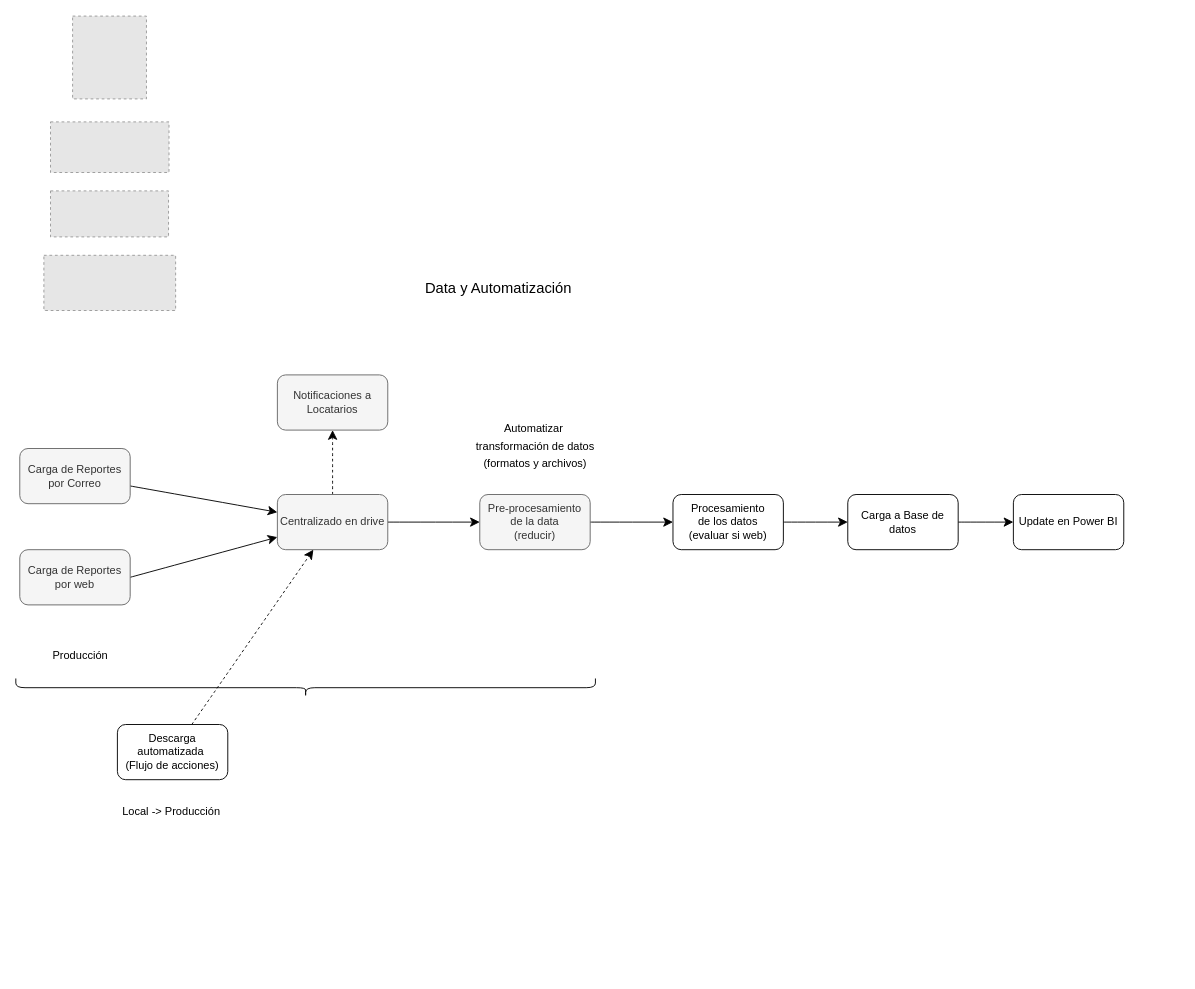
germanhyt/001_architect_projects keeps this draw.io diagram as Diagrama sin título.drawio. Above is the earlier version. Source tidied: cells renumbered, new cells numbered last; positions are measured from the earlier drawing's top-left corner, leaving out a move shared by most shapes. Both pictures are drawn from the tidied source at 92%, with x=0, y=0 at pixel (19, 16). Pictures stored in the file or linked from it are replaced by grey dashed boxes.
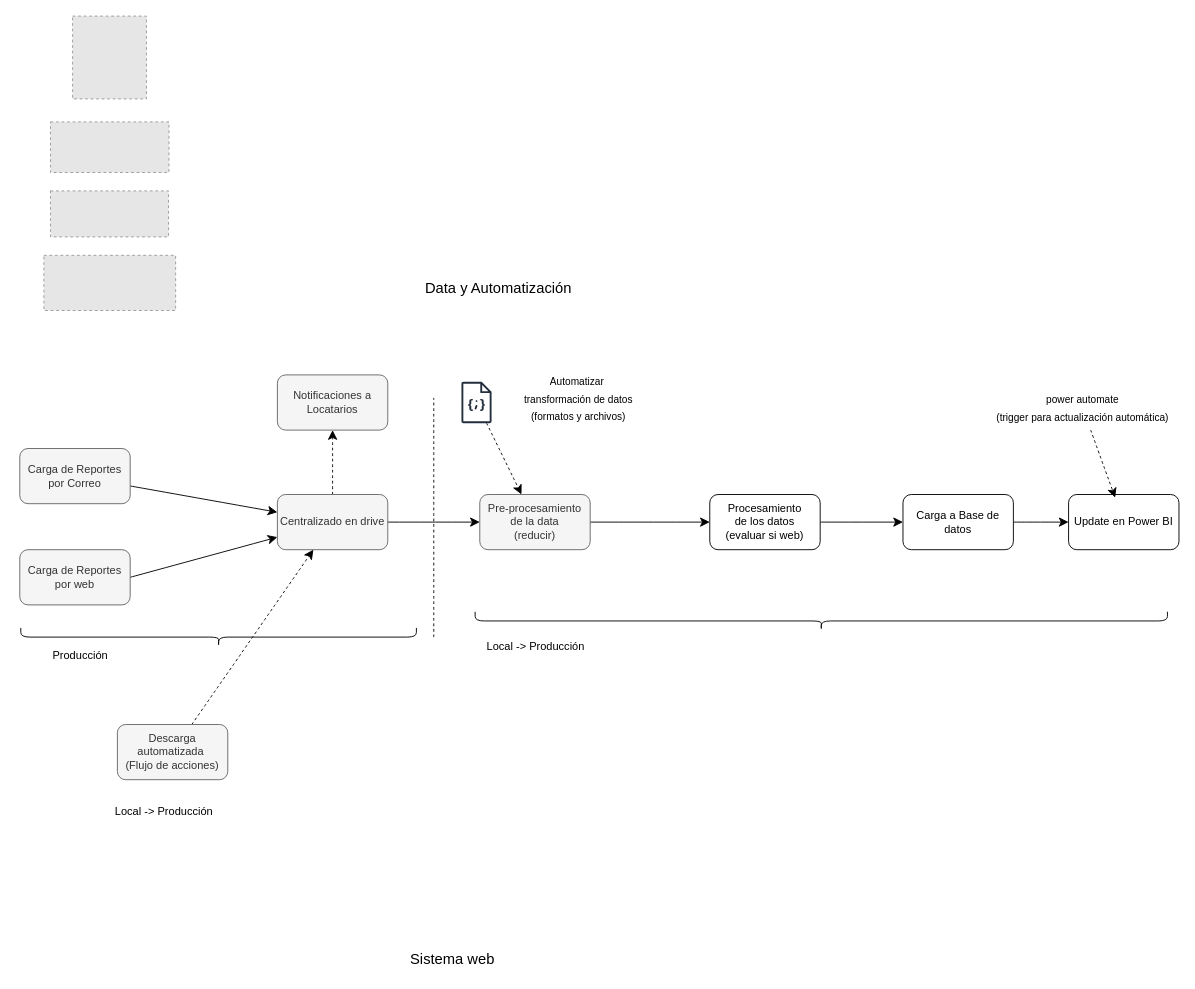
After the change.

Unchanged cells that the change refers to:
```xml
<mxCell id="15" value="Pre-procesamiento de la data&lt;div&gt;(reducir)&lt;/div&gt;" style="rounded=1;whiteSpace=wrap;html=1;fillColor=#f5f5f5;fontColor=#333333;strokeColor=#666666;" parent="1" vertex="1">
  <mxGeometry x="500" y="520" width="120" height="60" as="geometry" />
</mxCell>
```

What changed in the source:
```diff
@@
-    <mxCell id="17" value="Descarga automatizada&amp;nbsp;&lt;div&gt;(Flujo de acciones)&lt;/div&gt;" style="rounded=1;whiteSpace=wrap;html=1;" parent="1" vertex="1">
+    <mxCell id="17" value="Descarga automatizada&amp;nbsp;&lt;div&gt;(Flujo de acciones)&lt;/div&gt;" style="rounded=1;whiteSpace=wrap;html=1;fillColor=#f5f5f5;fontColor=#333333;strokeColor=#666666;" parent="1" vertex="1">
       <mxGeometry x="106.1" y="770" width="120" height="60" as="geometry" />
     </mxCell>
@@
     <mxCell id="19" value="Procesamiento&lt;div&gt;de los datos&lt;/div&gt;&lt;div&gt;(evaluar si web)&lt;/div&gt;" style="rounded=1;whiteSpace=wrap;html=1;" parent="1" vertex="1">
-      <mxGeometry x="710" y="520" width="120" height="60" as="geometry" />
+      <mxGeometry x="750" y="520" width="120" height="60" as="geometry" />
     </mxCell>
     <mxCell id="20" value="Local -&amp;gt; Producción" style="text;html=1;align=center;verticalAlign=middle;whiteSpace=wrap;rounded=0;" parent="1" vertex="1">
-      <mxGeometry x="104" y="850" width="122.1" height="30" as="geometry" />
+      <mxGeometry x="95.9" y="850" width="122.1" height="30" as="geometry" />
     </mxCell>
@@
     <mxCell id="23" value="Carga a Base de datos" style="rounded=1;whiteSpace=wrap;html=1;" parent="1" vertex="1">
-      <mxGeometry x="900" y="520" width="120" height="60" as="geometry" />
+      <mxGeometry x="960" y="520" width="120" height="60" as="geometry" />
     </mxCell>
     <mxCell id="24" style="shape=curlyBracket;whiteSpace=wrap;html=1;rounded=1;flipH=1;labelPosition=right;verticalLabelPosition=middle;align=left;verticalAlign=middle;rotation=90;" parent="1" vertex="1">
-      <mxGeometry x="300.7" y="415" width="20" height="630" as="geometry" />
+      <mxGeometry x="206.1" y="460" width="20" height="430" as="geometry" />
     </mxCell>
-    <mxCell id="25" value="&lt;font style=&quot;font-size: 12px;&quot;&gt;Automatizar&amp;nbsp;&lt;/font&gt;&lt;div&gt;&lt;font style=&quot;font-size: 12px;&quot;&gt;transformación de datos&lt;/font&gt;&lt;/div&gt;&lt;div&gt;&lt;font style=&quot;font-size: 12px;&quot;&gt;(formatos y archivos)&lt;/font&gt;&lt;/div&gt;" style="text;html=1;align=center;verticalAlign=middle;strokeColor=none;fillColor=none;fontSize=16;" parent="1" vertex="1">
-      <mxGeometry x="485" y="431" width="150" height="70" as="geometry" />
+    <mxCell id="25" value="&lt;font style=&quot;font-size: 11px;&quot;&gt;Automatizar&amp;nbsp;&lt;/font&gt;&lt;div&gt;&lt;font style=&quot;font-size: 11px;&quot;&gt;transformación de datos&lt;/font&gt;&lt;/div&gt;&lt;div&gt;&lt;font style=&quot;font-size: 11px;&quot;&gt;(formatos y archivos)&lt;/font&gt;&lt;/div&gt;" style="text;html=1;align=center;verticalAlign=middle;strokeColor=none;fillColor=none;fontSize=16;" parent="1" vertex="1">
+      <mxGeometry x="537" y="380" width="140" height="70" as="geometry" />
     </mxCell>
@@
     <mxCell id="27" value="Update en Power BI" style="rounded=1;whiteSpace=wrap;html=1;" parent="1" vertex="1">
-      <mxGeometry x="1080" y="520" width="120" height="60" as="geometry" />
+      <mxGeometry x="1140" y="520" width="120" height="60" as="geometry" />
     </mxCell>
+    <mxCell id="28" style="edgeStyle=none;curved=1;rounded=0;jettySize=auto;html=1;fontSize=12;startSize=8;endSize=8;dashed=1;" parent="1" edge="1" source="29" target="15">
+      <mxGeometry relative="1" as="geometry" />
+    </mxCell>
+    <mxCell id="29" style="sketch=0;outlineConnect=0;fontColor=#232F3E;gradientColor=none;fillColor=#232F3D;strokeColor=none;dashed=0;verticalLabelPosition=bottom;verticalAlign=top;align=center;html=1;fontSize=12;fontStyle=0;shape=mxgraph.aws4.json_script;" parent="1" vertex="1">
+      <mxGeometry x="480" y="397.5" width="32.9" height="45" as="geometry" />
+    </mxCell>
+    <mxCell id="30" value="Sistema web" style="text;html=1;align=center;verticalAlign=middle;strokeColor=none;fillColor=none;fontSize=16;" parent="1" vertex="1">
+      <mxGeometry x="410" y="1010" width="120" height="30" as="geometry" />
+    </mxCell>
+    <mxCell id="31" style="endArrow=none;dashed=1;html=1;rounded=0;fontSize=12;startSize=8;endSize=8;curved=1;" parent="1" edge="1">
+      <mxGeometry relative="1" as="geometry">
+        <mxPoint x="450" y="675" as="sourcePoint" />
+        <mxPoint x="450" y="415" as="targetPoint" />
+      </mxGeometry>
+    </mxCell>
+    <mxCell id="32" style="shape=curlyBracket;whiteSpace=wrap;html=1;rounded=1;flipH=1;labelPosition=right;verticalLabelPosition=middle;align=left;verticalAlign=middle;rotation=90;" parent="1" vertex="1">
+      <mxGeometry x="861.2" y="281.2" width="20" height="752.5" as="geometry" />
+    </mxCell>
+    <mxCell id="33" value="Local -&amp;gt; Producción" style="text;html=1;align=center;verticalAlign=middle;whiteSpace=wrap;rounded=0;" parent="1" vertex="1">
+      <mxGeometry x="500" y="670" width="122.1" height="30" as="geometry" />
+    </mxCell>
+    <mxCell id="34" value="&lt;span style=&quot;font-size: 11px;&quot;&gt;power automate&lt;/span&gt;&lt;div&gt;&lt;span style=&quot;font-size: 11px;&quot;&gt;(trigger para actualización automática)&lt;/span&gt;&lt;/div&gt;" style="text;html=1;align=center;verticalAlign=middle;points=[];strokeColor=none;fillColor=none;fontSize=16;" parent="1" vertex="1">
+      <mxGeometry x="1050" y="400" width="210" height="50" as="geometry" />
+    </mxCell>
+    <mxCell id="35" style="edgeStyle=none;curved=1;rounded=0;jettySize=auto;html=1;entryX=0.422;entryY=0.057;entryDx=0;entryDy=0;entryPerimeter=0;fontSize=12;startSize=8;endSize=8;dashed=1;" parent="1" edge="1" source="34" target="27">
+      <mxGeometry relative="1" as="geometry" />
+    </mxCell>
```
